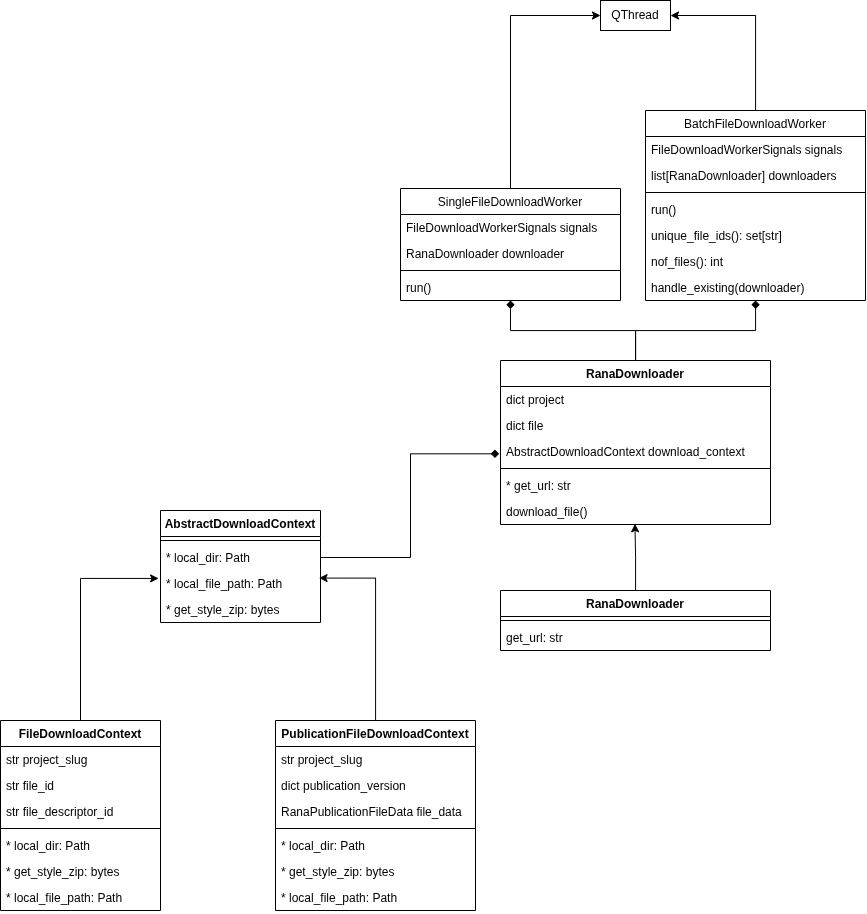
Above: doc/workers_download.drawio.png in nens/rana-qgis-plugin (draw.io), before the change. Source tidied: cells renumbered, new cells last; positions are measured from the earlier drawing's top-left corner, leaving out a move shared by most shapes.
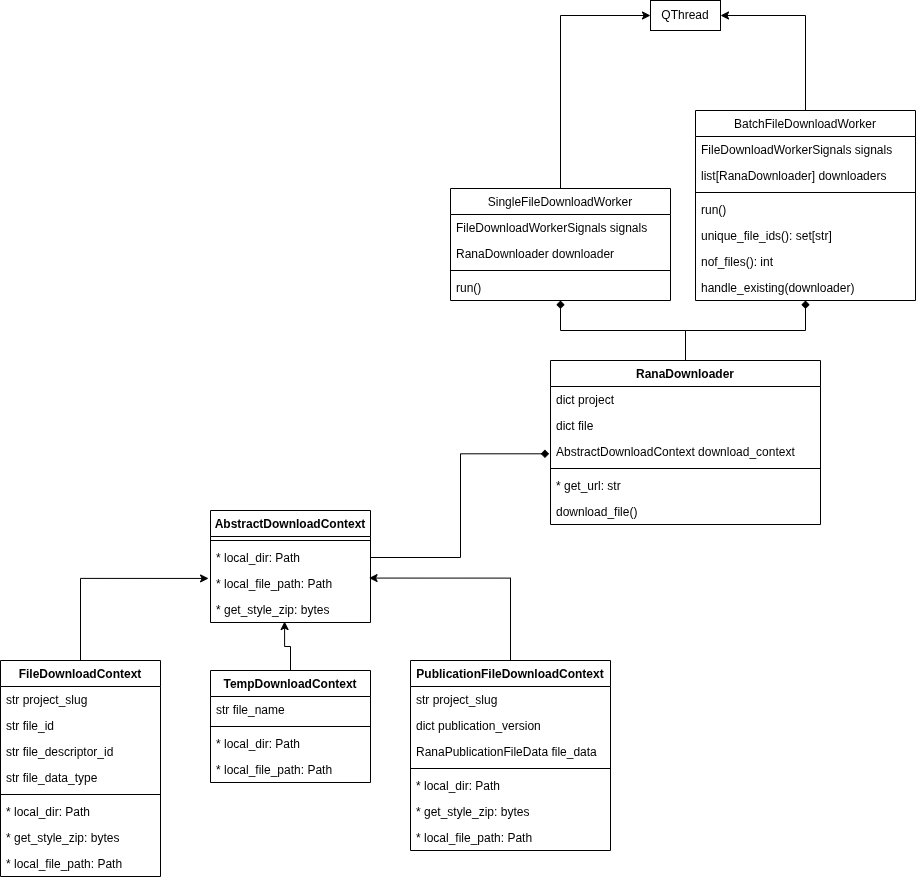
The same file after the commit.

What changed in the source:
```diff
@@ -21,7 +21,7 @@
       <mxGeometry relative="1" as="geometry" />
     </mxCell>
     <mxCell id="8" value="FileDownloadContext" style="swimlane;fontStyle=1;align=center;verticalAlign=top;horizontal=1;startSize=26;whiteSpace=wrap;html=1;" parent="1" vertex="1">
-      <mxGeometry y="720" width="160" height="190" as="geometry" />
+      <mxGeometry x="-50" y="660" width="160" height="216" as="geometry" />
     </mxCell>
     <mxCell id="9" value="str project_slug" style="text;strokeColor=none;fillColor=none;align=left;verticalAlign=top;spacingLeft=4;spacingRight=4;overflow=hidden;whiteSpace=wrap;html=1;" parent="8" vertex="1">
       <mxGeometry y="26" width="160" height="26" as="geometry" />
@@ -29,23 +29,26 @@
     <mxCell id="10" value="str file_id" style="text;strokeColor=none;fillColor=none;align=left;verticalAlign=top;spacingLeft=4;spacingRight=4;overflow=hidden;whiteSpace=wrap;html=1;" parent="8" vertex="1">
       <mxGeometry y="52" width="160" height="26" as="geometry" />
     </mxCell>
+    <mxCell id="55" value="str file_descriptor_id" style="text;strokeColor=none;fillColor=none;align=left;verticalAlign=top;spacingLeft=4;spacingRight=4;overflow=hidden;whiteSpace=wrap;html=1;" parent="8" vertex="1">
+      <mxGeometry y="78" width="160" height="26" as="geometry" />
+    </mxCell>
-    <mxCell id="11" value="str file_descriptor_id" style="text;strokeColor=none;fillColor=none;align=left;verticalAlign=top;spacingLeft=4;spacingRight=4;overflow=hidden;whiteSpace=wrap;html=1;" parent="8" vertex="1">
-      <mxGeometry y="78" width="160" height="26" as="geometry" />
+    <mxCell id="11" value="str file_data_type" style="text;strokeColor=none;fillColor=none;align=left;verticalAlign=top;spacingLeft=4;spacingRight=4;overflow=hidden;whiteSpace=wrap;html=1;" parent="8" vertex="1">
+      <mxGeometry y="104" width="160" height="26" as="geometry" />
     </mxCell>
     <mxCell id="12" style="line;strokeWidth=1;fillColor=none;align=left;verticalAlign=middle;spacingTop=-1;spacingLeft=3;spacingRight=3;labelPosition=right;strokeColor=inherit;" parent="8" vertex="1">
-      <mxGeometry y="104" width="160" height="8" as="geometry" />
+      <mxGeometry y="130" width="160" height="8" as="geometry" />
     </mxCell>
     <mxCell id="13" value="* local_dir: Path&lt;div&gt;&lt;br&gt;&lt;/div&gt;" style="text;strokeColor=none;fillColor=none;align=left;verticalAlign=top;spacingLeft=4;spacingRight=4;overflow=hidden;whiteSpace=wrap;html=1;" parent="8" vertex="1">
-      <mxGeometry y="112" width="160" height="26" as="geometry" />
+      <mxGeometry y="138" width="160" height="26" as="geometry" />
     </mxCell>
     <mxCell id="14" value="* get_style_zip: bytes" style="text;strokeColor=none;fillColor=none;align=left;verticalAlign=top;spacingLeft=4;spacingRight=4;overflow=hidden;whiteSpace=wrap;html=1;" parent="8" vertex="1">
-      <mxGeometry y="138" width="160" height="26" as="geometry" />
+      <mxGeometry y="164" width="160" height="26" as="geometry" />
     </mxCell>
     <mxCell id="15" value="* local_file_path: Path" style="text;strokeColor=none;fillColor=none;align=left;verticalAlign=top;spacingLeft=4;spacingRight=4;overflow=hidden;whiteSpace=wrap;html=1;" parent="8" vertex="1">
-      <mxGeometry y="164" width="160" height="26" as="geometry" />
+      <mxGeometry y="190" width="160" height="26" as="geometry" />
     </mxCell>
     <mxCell id="16" value="PublicationFileDownloadContext" style="swimlane;fontStyle=1;align=center;verticalAlign=top;horizontal=1;startSize=26;whiteSpace=wrap;html=1;" parent="1" vertex="1">
-      <mxGeometry x="275" y="720" width="200" height="190" as="geometry" />
+      <mxGeometry x="360" y="660" width="200" height="190" as="geometry" />
     </mxCell>
     <mxCell id="17" value="str project_slug" style="text;strokeColor=none;fillColor=none;align=left;verticalAlign=top;spacingLeft=4;spacingRight=4;overflow=hidden;whiteSpace=wrap;html=1;" parent="16" vertex="1">
       <mxGeometry y="26" width="200" height="26" as="geometry" />
@@ -98,18 +101,6 @@
     <mxCell id="33" value="download_file()" style="text;strokeColor=none;fillColor=none;align=left;verticalAlign=top;spacingLeft=4;spacingRight=4;overflow=hidden;points=[[0,0.5],[1,0.5]];portConstraint=eastwest;whiteSpace=wrap;html=1;" parent="27" vertex="1">
       <mxGeometry y="138" width="270" height="26" as="geometry" />
     </mxCell>
-    <mxCell id="34" value="RanaDownloader" style="swimlane;fontStyle=1;align=center;verticalAlign=top;horizontal=1;startSize=26;whiteSpace=wrap;html=1;" parent="1" vertex="1">
-      <mxGeometry x="500" y="590" width="270" height="60" as="geometry" />
-    </mxCell>
-    <mxCell id="35" style="line;strokeWidth=1;fillColor=none;align=left;verticalAlign=middle;spacingTop=-1;spacingLeft=3;spacingRight=3;labelPosition=right;strokeColor=inherit;" parent="34" vertex="1">
-      <mxGeometry y="26" width="270" height="8" as="geometry" />
-    </mxCell>
-    <mxCell id="36" value="get_url: str" style="text;strokeColor=none;fillColor=none;align=left;verticalAlign=top;spacingLeft=4;spacingRight=4;overflow=hidden;whiteSpace=wrap;html=1;" parent="34" vertex="1">
-      <mxGeometry y="34" width="270" height="26" as="geometry" />
-    </mxCell>
-    <mxCell id="37" style="edgeStyle=orthogonalEdgeStyle;rounded=0;jettySize=auto;html=1;entryX=0.498;entryY=0.973;entryDx=0;entryDy=0;entryPerimeter=0;" parent="1" edge="1" source="34" target="33">
-      <mxGeometry relative="1" as="geometry" />
-    </mxCell>
     <mxCell id="38" style="edgeStyle=orthogonalEdgeStyle;rounded=0;jettySize=auto;html=1;entryX=-0.005;entryY=0.589;entryDx=0;entryDy=0;entryPerimeter=0;endArrow=diamond;endFill=1;" parent="1" edge="1" source="4" target="30">
       <mxGeometry relative="1" as="geometry" />
     </mxCell>
@@ -161,5 +152,23 @@
     <mxCell id="54" value="handle_existing(downloader)" style="text;strokeColor=none;fillColor=none;align=left;verticalAlign=top;spacingLeft=4;spacingRight=4;overflow=hidden;whiteSpace=wrap;html=1;" parent="47" vertex="1">
       <mxGeometry y="164" width="220" height="26" as="geometry" />
     </mxCell>
+    <mxCell id="56" value="TempDownloadContext" style="swimlane;fontStyle=1;align=center;verticalAlign=top;horizontal=1;startSize=26;whiteSpace=wrap;html=1;" parent="1" vertex="1">
+      <mxGeometry x="160" y="670" width="160" height="112" as="geometry" />
+    </mxCell>
+    <mxCell id="57" value="str file_name" style="text;strokeColor=none;fillColor=none;align=left;verticalAlign=top;spacingLeft=4;spacingRight=4;overflow=hidden;whiteSpace=wrap;html=1;" parent="56" vertex="1">
+      <mxGeometry y="26" width="160" height="26" as="geometry" />
+    </mxCell>
+    <mxCell id="58" style="line;strokeWidth=1;fillColor=none;align=left;verticalAlign=middle;spacingTop=-1;spacingLeft=3;spacingRight=3;labelPosition=right;strokeColor=inherit;" parent="56" vertex="1">
+      <mxGeometry y="52" width="160" height="8" as="geometry" />
+    </mxCell>
+    <mxCell id="59" value="* local_dir: Path&lt;div&gt;&lt;br&gt;&lt;/div&gt;" style="text;strokeColor=none;fillColor=none;align=left;verticalAlign=top;spacingLeft=4;spacingRight=4;overflow=hidden;whiteSpace=wrap;html=1;" parent="56" vertex="1">
+      <mxGeometry y="60" width="160" height="26" as="geometry" />
+    </mxCell>
+    <mxCell id="60" value="* local_file_path: Path" style="text;strokeColor=none;fillColor=none;align=left;verticalAlign=top;spacingLeft=4;spacingRight=4;overflow=hidden;whiteSpace=wrap;html=1;" parent="56" vertex="1">
+      <mxGeometry y="86" width="160" height="26" as="geometry" />
+    </mxCell>
+    <mxCell id="61" style="edgeStyle=orthogonalEdgeStyle;rounded=0;jettySize=auto;html=1;entryX=0.463;entryY=0.962;entryDx=0;entryDy=0;entryPerimeter=0;" parent="1" edge="1" source="56" target="6">
+      <mxGeometry relative="1" as="geometry" />
+    </mxCell>
   </root>
 </mxGraphModel>
```
